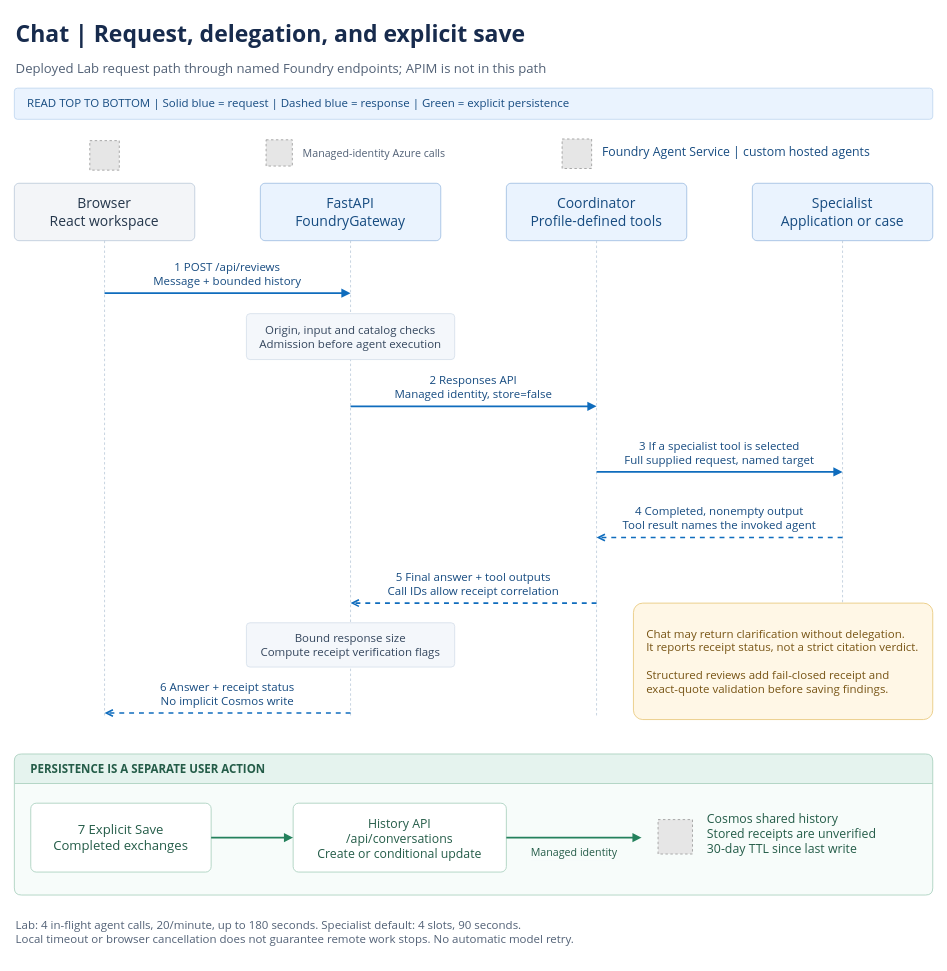
The draw.io diagram docs/images/lab-request-flow.drawio in michael-rechani/foundry-agent-accelerator, before the edit. Source tidied: cells renumbered, new cells numbered last; positions are measured from the earlier drawing's top-left corner, leaving out a move shared by most shapes. Both pictures are drawn from the tidied source at 82%, with x=0, y=0 at pixel (14, 14). Pictures stored in the file or linked from it are replaced by grey dashed boxes.
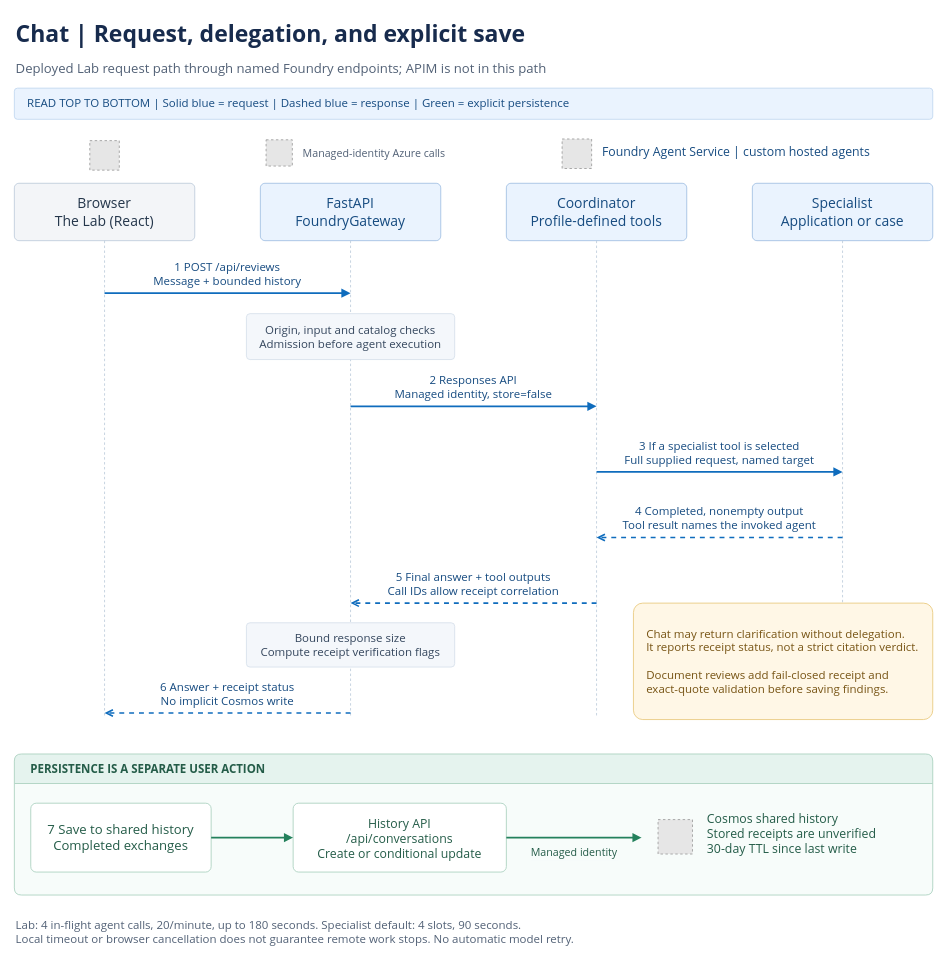
Above is the later version.

What changed in the source:
```diff
@@
-    <mxCell id="10" value="Browser&#10;React workspace" style="rounded=1;arcSize=8;whiteSpace=wrap;html=0;fillColor=#F3F5F8;strokeColor=#BCCBDB;fontFamily=Segoe UI;fontSize=17;fontColor=#24364B;" parent="1" vertex="1">
+    <mxCell id="10" value="Browser&#10;The Lab (React)" style="rounded=1;arcSize=8;whiteSpace=wrap;html=0;fillColor=#F3F5F8;strokeColor=#BCCBDB;fontFamily=Segoe UI;fontSize=17;fontColor=#24364B;" parent="1" vertex="1">
       <mxGeometry y="206" width="220" height="70" as="geometry" />
     </mxCell>
@@
-    <mxCell id="26" value="Chat may return clarification without delegation.&#10;It reports receipt status, not a strict citation verdict.&#10;&#10;Structured reviews add fail-closed receipt and&#10;exact-quote validation before saving findings." style="rounded=1;arcSize=8;whiteSpace=wrap;html=0;align=left;spacing=16;fillColor=#FFF7E6;strokeColor=#E8C779;fontFamily=Segoe UI;fontSize=14;fontColor=#775414;" parent="1" vertex="1">
+    <mxCell id="26" value="Chat may return clarification without delegation.&#10;It reports receipt status, not a strict citation verdict.&#10;&#10;Document reviews add fail-closed receipt and&#10;exact-quote validation before saving findings." style="rounded=1;arcSize=8;whiteSpace=wrap;html=0;align=left;spacing=16;fillColor=#FFF7E6;strokeColor=#E8C779;fontFamily=Segoe UI;fontSize=14;fontColor=#775414;" parent="1" vertex="1">
       <mxGeometry x="755" y="718" width="365" height="142" as="geometry" />
     </mxCell>
@@
-    <mxCell id="28" value="7  Explicit Save&#10;Completed exchanges" style="rounded=1;arcSize=8;whiteSpace=wrap;html=0;fillColor=#FFFFFF;strokeColor=#A6CEBC;fontFamily=Segoe UI;fontSize=16;fontColor=#245C48;" parent="1" vertex="1">
+    <mxCell id="28" value="7  Save to shared history&#10;Completed exchanges" style="rounded=1;arcSize=8;whiteSpace=wrap;html=0;fillColor=#FFFFFF;strokeColor=#A6CEBC;fontFamily=Segoe UI;fontSize=16;fontColor=#245C48;" parent="1" vertex="1">
       <mxGeometry x="20" y="962" width="220" height="84" as="geometry" />
     </mxCell>
```
